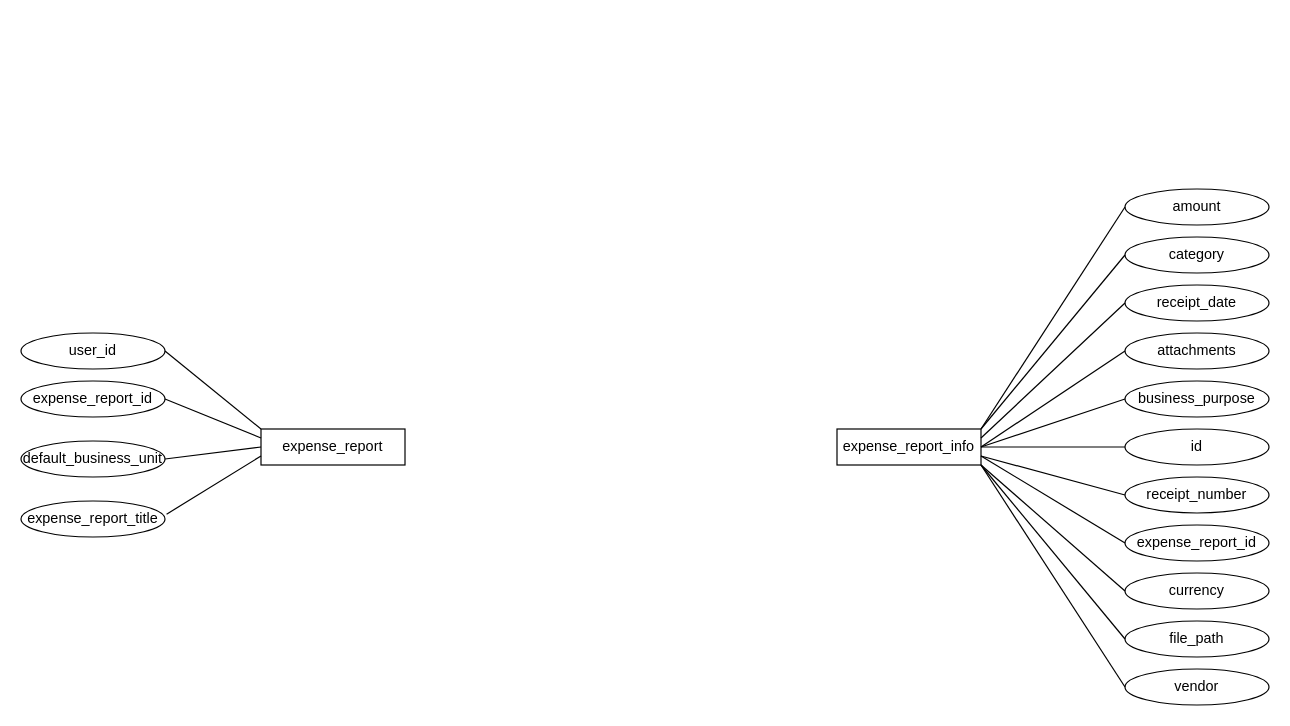
Steven-Chuang-Yuan/task keeps this draw.io diagram as page "Page-1" (1 of 2) of Untitled Diagram.drawio. Above is the earlier version. Source tidied: cells renumbered, new cells numbered last; positions are measured from the earlier drawing's top-left corner, leaving out a move shared by most shapes. Both pictures are drawn from the tidied source at 120%, with x=0, y=0 at pixel (20, 188).
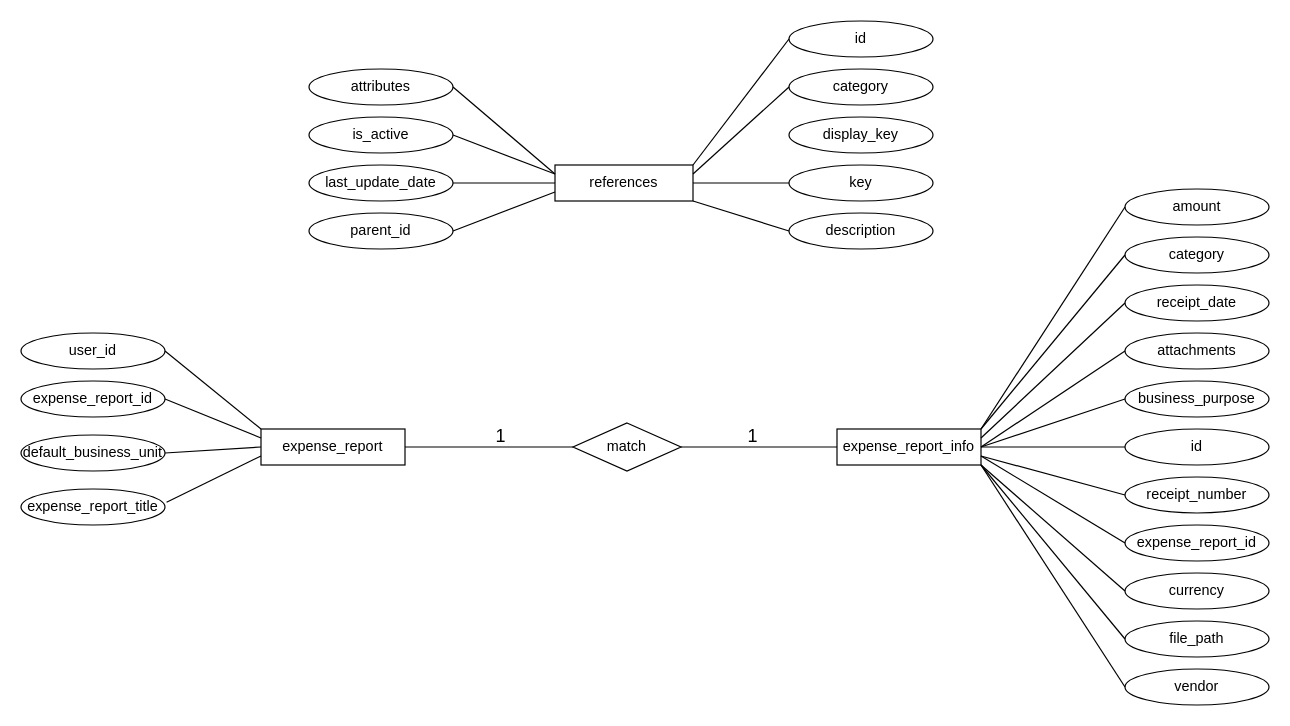
The same diagram, later.

The change refers to these unchanged cells:
```xml
<mxCell id="2" value="expense_report" style="rounded=0;whiteSpace=wrap;html=1;" parent="1" vertex="1">
  <mxGeometry x="200" y="200" width="120" height="30" as="geometry" />
</mxCell>
<mxCell id="3" value="expense_report_info" style="rounded=0;whiteSpace=wrap;html=1;" parent="1" vertex="1">
  <mxGeometry x="680" y="200" width="120" height="30" as="geometry" />
</mxCell>
```

Diff of the diagram source:
```diff
@@
     <mxCell id="5" value="default_business_unit" style="ellipse;whiteSpace=wrap;html=1;" parent="1" vertex="1">
-      <mxGeometry y="210" width="120" height="30" as="geometry" />
+      <mxGeometry y="205" width="120" height="30" as="geometry" />
     </mxCell>
     <mxCell id="6" value="expense_report_title" style="ellipse;whiteSpace=wrap;html=1;" parent="1" vertex="1">
-      <mxGeometry y="260" width="120" height="30" as="geometry" />
+      <mxGeometry y="250" width="120" height="30" as="geometry" />
     </mxCell>
@@
+    <mxCell id="34" value="match" style="rhombus;whiteSpace=wrap;html=1;" parent="1" vertex="1">
+      <mxGeometry x="460" y="195" width="90" height="40" as="geometry" />
+    </mxCell>
+    <mxCell id="35" style="endArrow=none;html=1;exitX=1;exitY=0.5;exitDx=0;exitDy=0;entryX=0;entryY=0.5;entryDx=0;entryDy=0;" parent="1" edge="1" source="34" target="3">
+      <mxGeometry relative="1" as="geometry" />
+    </mxCell>
+    <mxCell id="36" style="endArrow=none;html=1;exitX=1;exitY=0.5;exitDx=0;exitDy=0;entryX=0;entryY=0.5;entryDx=0;entryDy=0;" parent="1" edge="1" source="2" target="34">
+      <mxGeometry relative="1" as="geometry" />
+    </mxCell>
+    <mxCell id="37" value="&lt;font style=&quot;font-size: 15px&quot;&gt;1&lt;/font&gt;" style="text;html=1;strokeColor=none;fillColor=none;align=center;verticalAlign=middle;whiteSpace=wrap;rounded=0;" parent="1" vertex="1">
+      <mxGeometry x="590" y="195" width="40" height="20" as="geometry" />
+    </mxCell>
+    <mxCell id="38" value="&lt;font style=&quot;font-size: 15px&quot;&gt;1&lt;/font&gt;" style="text;html=1;strokeColor=none;fillColor=none;align=center;verticalAlign=middle;whiteSpace=wrap;rounded=0;" parent="1" vertex="1">
+      <mxGeometry x="380" y="195" width="40" height="20" as="geometry" />
+    </mxCell>
+    <mxCell id="39" value="references" style="rounded=0;whiteSpace=wrap;html=1;" parent="1" vertex="1">
+      <mxGeometry x="445" y="-20" width="115" height="30" as="geometry" />
+    </mxCell>
+    <mxCell id="40" value="parent_id" style="ellipse;whiteSpace=wrap;html=1;" parent="1" vertex="1">
+      <mxGeometry x="240" y="20" width="120" height="30" as="geometry" />
+    </mxCell>
+    <mxCell id="41" value="category" style="ellipse;whiteSpace=wrap;html=1;" parent="1" vertex="1">
+      <mxGeometry x="640" y="-100" width="120" height="30" as="geometry" />
+    </mxCell>
+    <mxCell id="42" value="key" style="ellipse;whiteSpace=wrap;html=1;" parent="1" vertex="1">
+      <mxGeometry x="640" y="-20" width="120" height="30" as="geometry" />
+    </mxCell>
+    <mxCell id="43" value="display_key" style="ellipse;whiteSpace=wrap;html=1;" parent="1" vertex="1">
+      <mxGeometry x="640" y="-60" width="120" height="30" as="geometry" />
+    </mxCell>
+    <mxCell id="44" value="id" style="ellipse;whiteSpace=wrap;html=1;" parent="1" vertex="1">
+      <mxGeometry x="640" y="-140" width="120" height="30" as="geometry" />
+    </mxCell>
+    <mxCell id="45" value="description" style="ellipse;whiteSpace=wrap;html=1;" parent="1" vertex="1">
+      <mxGeometry x="640" y="20" width="120" height="30" as="geometry" />
+    </mxCell>
+    <mxCell id="46" value="is_active" style="ellipse;whiteSpace=wrap;html=1;" parent="1" vertex="1">
+      <mxGeometry x="240" y="-60" width="120" height="30" as="geometry" />
+    </mxCell>
+    <mxCell id="47" value="last_update_date" style="ellipse;whiteSpace=wrap;html=1;" parent="1" vertex="1">
+      <mxGeometry x="240" y="-20" width="120" height="30" as="geometry" />
+    </mxCell>
+    <mxCell id="48" value="attributes" style="ellipse;whiteSpace=wrap;html=1;" parent="1" vertex="1">
+      <mxGeometry x="240" y="-100" width="120" height="30" as="geometry" />
+    </mxCell>
+    <mxCell id="49" style="endArrow=none;html=1;exitX=1;exitY=0.5;exitDx=0;exitDy=0;entryX=0;entryY=0.25;entryDx=0;entryDy=0;" parent="1" edge="1" source="48" target="39">
+      <mxGeometry relative="1" as="geometry" />
+    </mxCell>
+    <mxCell id="50" style="endArrow=none;html=1;exitX=1;exitY=0.5;exitDx=0;exitDy=0;entryX=0;entryY=0.25;entryDx=0;entryDy=0;" parent="1" edge="1" source="46" target="39">
+      <mxGeometry relative="1" as="geometry" />
+    </mxCell>
+    <mxCell id="51" style="endArrow=none;html=1;entryX=1;entryY=0.5;entryDx=0;entryDy=0;exitX=0;exitY=0.5;exitDx=0;exitDy=0;" parent="1" edge="1" source="39" target="47">
+      <mxGeometry relative="1" as="geometry" />
+    </mxCell>
+    <mxCell id="52" style="endArrow=none;html=1;exitX=0;exitY=0.75;exitDx=0;exitDy=0;entryX=1;entryY=0.5;entryDx=0;entryDy=0;" parent="1" edge="1" source="39" target="40">
+      <mxGeometry relative="1" as="geometry" />
+    </mxCell>
+    <mxCell id="53" style="endArrow=none;html=1;entryX=0;entryY=0.5;entryDx=0;entryDy=0;exitX=1;exitY=0;exitDx=0;exitDy=0;" parent="1" edge="1" source="39" target="44">
+      <mxGeometry relative="1" as="geometry" />
+    </mxCell>
+    <mxCell id="54" style="endArrow=none;html=1;entryX=0;entryY=0.5;entryDx=0;entryDy=0;exitX=1;exitY=0.25;exitDx=0;exitDy=0;" parent="1" edge="1" source="39" target="41">
+      <mxGeometry relative="1" as="geometry" />
+    </mxCell>
+    <mxCell id="55" style="endArrow=none;html=1;entryX=1;entryY=0.5;entryDx=0;entryDy=0;exitX=0;exitY=0.5;exitDx=0;exitDy=0;" parent="1" edge="1" source="42" target="39">
+      <mxGeometry relative="1" as="geometry" />
+    </mxCell>
+    <mxCell id="56" style="endArrow=none;html=1;exitX=1;exitY=1;exitDx=0;exitDy=0;entryX=0;entryY=0.5;entryDx=0;entryDy=0;" parent="1" edge="1" source="39" target="45">
+      <mxGeometry relative="1" as="geometry" />
+    </mxCell>
```
